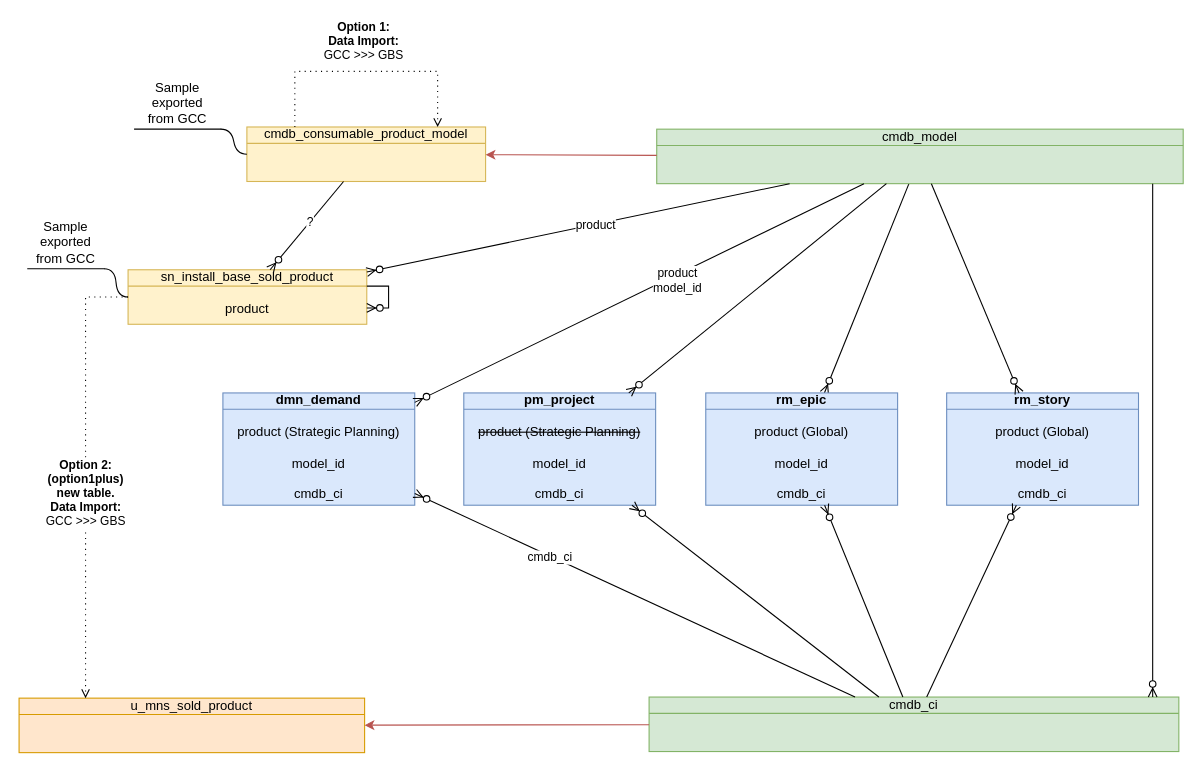
Earlier version of the draw.io diagram JTI_product.drawio (algimas/tmp). Source tidied: cells renumbered, new cells numbered last; positions are measured from the earlier drawing's top-left corner, leaving out a move shared by most shapes. Both pictures are drawn from the tidied source at 109%, with x=0, y=0 at pixel (19, 71).
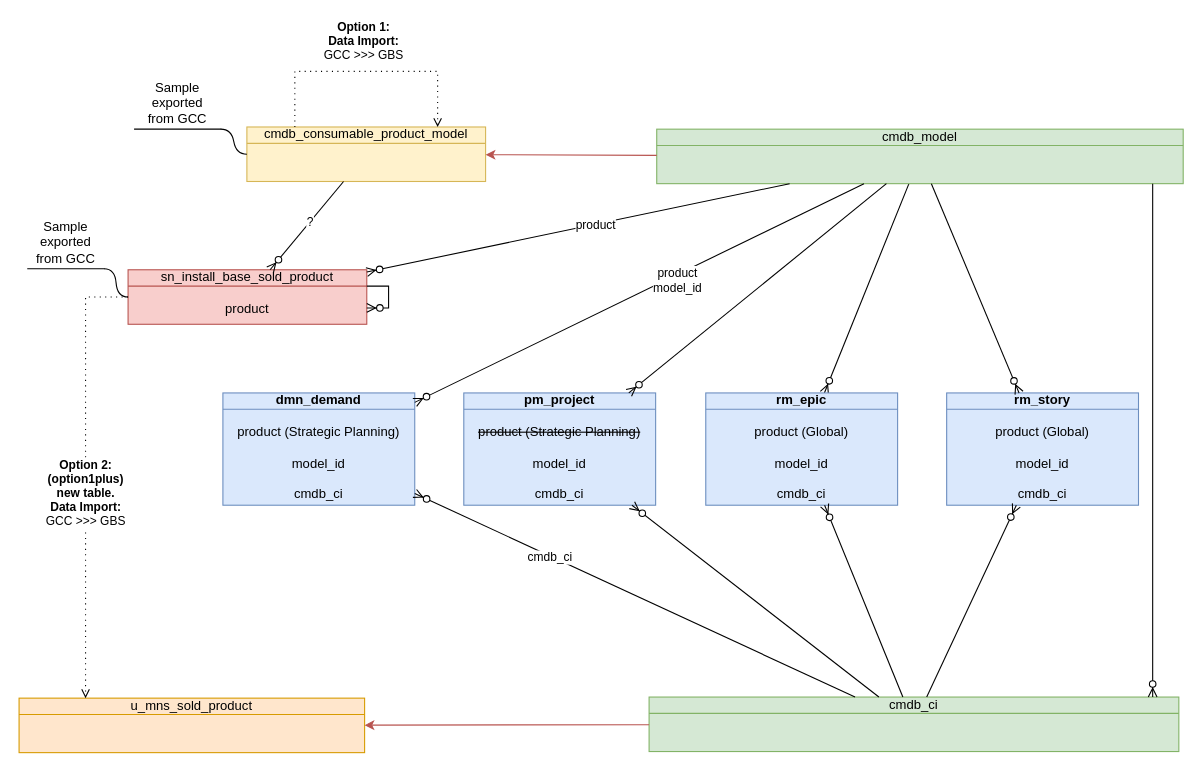
The same page after the edit.

Diff of the diagram source:
```diff
@@
-    <mxCell id="22" value="&lt;div&gt;sn_install_base_sold_product&lt;/div&gt;&lt;div&gt;&lt;br&gt;&lt;/div&gt;&lt;div&gt;product&lt;/div&gt;" style="html=1;outlineConnect=0;whiteSpace=wrap;fillColor=#fff2cc;shape=mxgraph.archimate3.businessObject;overflow=fill;strokeColor=#d6b656;" parent="1" vertex="1">
+    <mxCell id="22" value="&lt;div&gt;sn_install_base_sold_product&lt;/div&gt;&lt;div&gt;&lt;br&gt;&lt;/div&gt;&lt;div&gt;product&lt;/div&gt;" style="html=1;outlineConnect=0;whiteSpace=wrap;fillColor=#f8cecc;shape=mxgraph.archimate3.businessObject;overflow=fill;strokeColor=#b85450;" parent="1" vertex="1">
       <mxGeometry x="100" y="182" width="219" height="50" as="geometry" />
     </mxCell>
```
